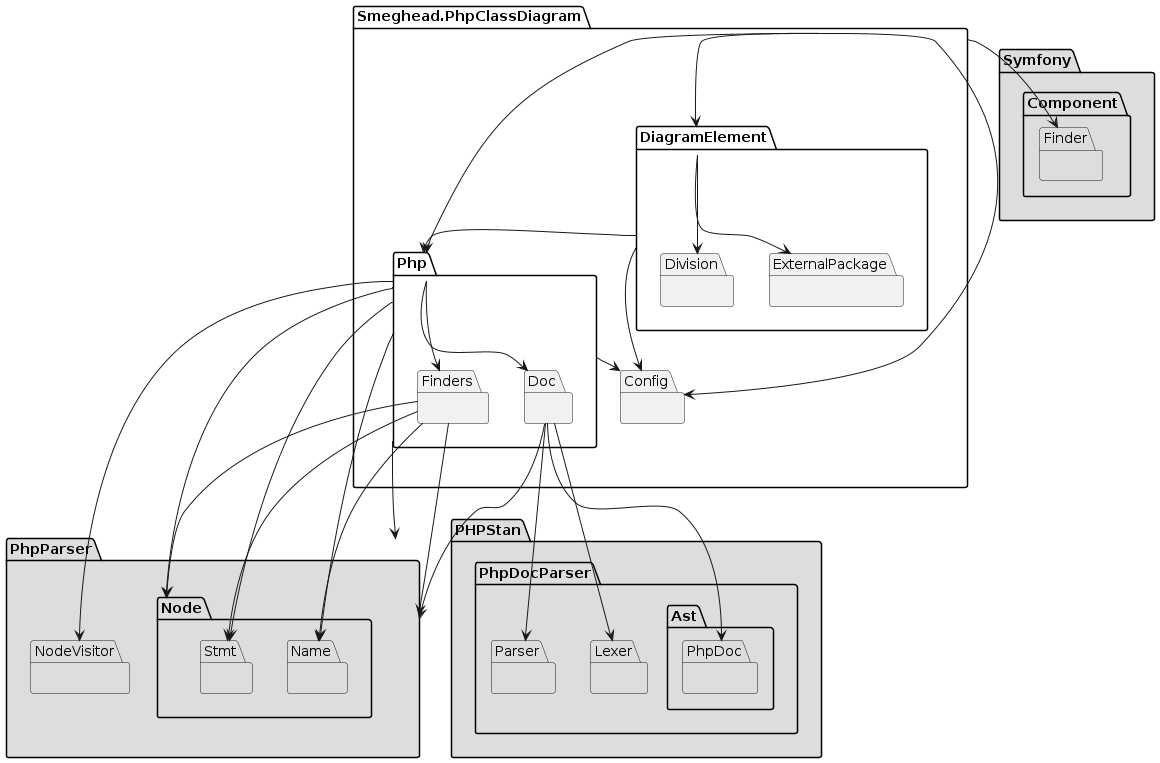
Earlier version of the PlantUML export docs/images/dogfood-package.png (smeghead/php-class-diagram).
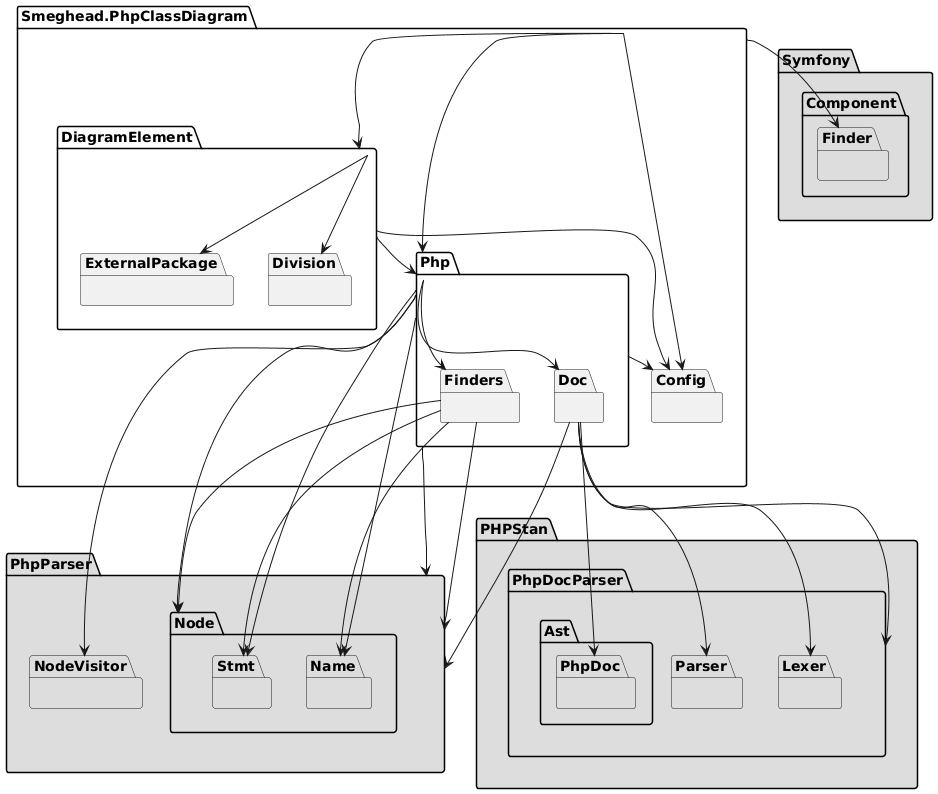
After the commit.

The edit, as a diff of the source:
```diff
@@ -1,17 +1,17 @@
 @startuml package-related-diagram
   package Smeghead.PhpClassDiagram as PhpClassDiagram {
-    package Php {
-      package Doc {
+    package DiagramElement {
+      package Division {
       }
-      package Finders {
+      package ExternalPackage {
       }
     }
     package Config {
     }
-    package DiagramElement {
-      package Division {
+    package Php {
+      package Finders {
       }
-      package ExternalPackage {
+      package Doc {
       }
     }
   }
@@ -48,24 +48,25 @@
   PhpClassDiagram --> DiagramElement
   PhpClassDiagram --> Php
   PhpClassDiagram --> Finder
+  DiagramElement --> ExternalPackage
+  DiagramElement --> Php
+  DiagramElement --> Config
+  DiagramElement --> Division
+  Php --> Node
   Php --> Stmt
+  Php --> PhpParser
+  Php --> Name
   Php --> Doc
-  Php --> PhpParser
-  Php --> Node
-  Php --> Name
   Php --> Finders
   Php --> NodeVisitor
   Php --> Config
+  Finders --> PhpParser
+  Finders --> Name
+  Finders --> Stmt
+  Finders --> Node
   Doc --> PhpParser
   Doc --> PhpDoc
   Doc --> Lexer
   Doc --> Parser
-  Finders --> PhpParser
-  Finders --> Name
-  Finders --> Stmt
-  Finders --> Node
-  DiagramElement --> Php
-  DiagramElement --> Config
-  DiagramElement --> Division
-  DiagramElement --> ExternalPackage
+  Doc --> PhpDocParser
 @enduml
```
